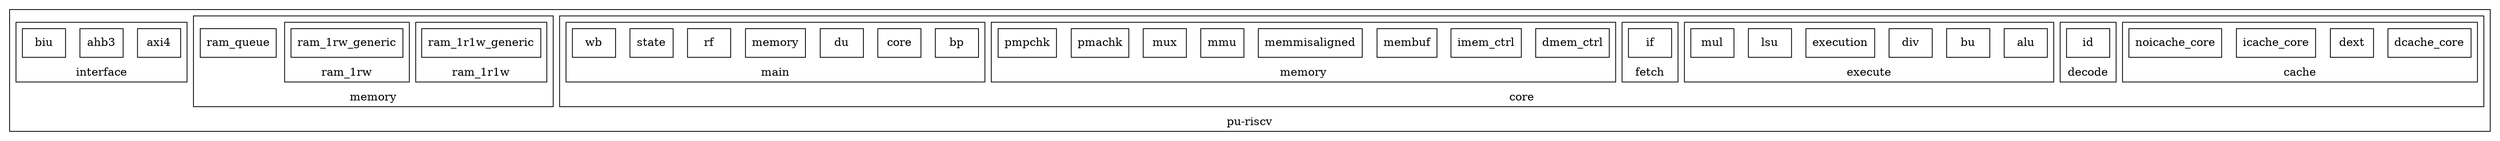
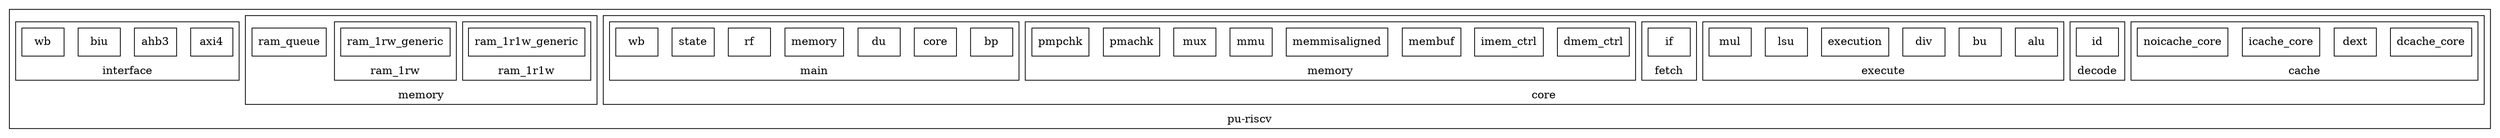
digraph Project {
  // Introduction
  graph [rankdir = BT, splines=ortho];
  node[shape=record];

  // Blocks
  subgraph "cluster pu-riscv" { label = "pu-riscv";
    subgraph "cluster core" { label = "core";
      subgraph "cluster cache" { label = "cache";
        dcache_core[shape=box, label="dcache_core"];
        dext[shape=box, label="dext"];
        icache_core[shape=box, label="icache_core"];
        noicache_core[shape=box, label="noicache_core"];
      }
      subgraph "cluster decode" { label = "decode";
        id[shape=box, label="id"];
      }
      subgraph "cluster execute" { label = "execute";
        alu[shape=box, label="alu"];
        bu[shape=box, label="bu"];
        div[shape=box, label="div"];
        execution[shape=box, label="execution"];
        lsu[shape=box, label="lsu"];
        mul[shape=box, label="mul"];
      }
      subgraph "cluster fetch" { label = "fetch";
        if[shape=box, label="if"];
      }
      subgraph "cluster memory" { label = "memory";
        dmem_ctrl[shape=box, label="dmem_ctrl"];
        imem_ctrl[shape=box, label="imem_ctrl"];
        membuf[shape=box, label="membuf"];
        memmisaligned[shape=box, label="memmisaligned"];
        mmu[shape=box, label="mmu"];
        mux[shape=box, label="mux"];
        pmachk[shape=box, label="pmachk"];
        pmpchk[shape=box, label="pmpchk"];
      }
      subgraph "cluster main" { label = "main";
        bp[shape=box, label="bp"];
        core[shape=box, label="core"];
        du[shape=box, label="du"];
        memory[shape=box, label="memory"];
        rf[shape=box, label="rf"];
        state[shape=box, label="state"];
        wb[shape=box, label="wb"];
      }
    }
    subgraph "cluster memory" { label = "memory";
      subgraph "cluster ram_1r1w" { label = "ram_1r1w";
        ram_1r1w_generic[shape=box, label="ram_1r1w_generic"];
      }
      subgraph "cluster ram_1rw" { label = "ram_1rw";
        ram_1rw_generic[shape=box, label="ram_1rw_generic"];
      }
      ram_queue[shape=box, label="ram_queue"];
    }
    subgraph "cluster interface" { label = "interface";
-       axi4[shape=box, label="axi4"];
-       ahb3[shape=box, label="ahb3"];
-       biu[shape=box, label="biu"];
-       wb[shape=box, label="wb"];
+       bus_axi4[shape=box, label="axi4"];
+       bus_ahb3[shape=box, label="ahb3"];
+       bus_biu[shape=box, label="biu"];
+       bus_wb[shape=box, label="wb"];
    }
  }
}
